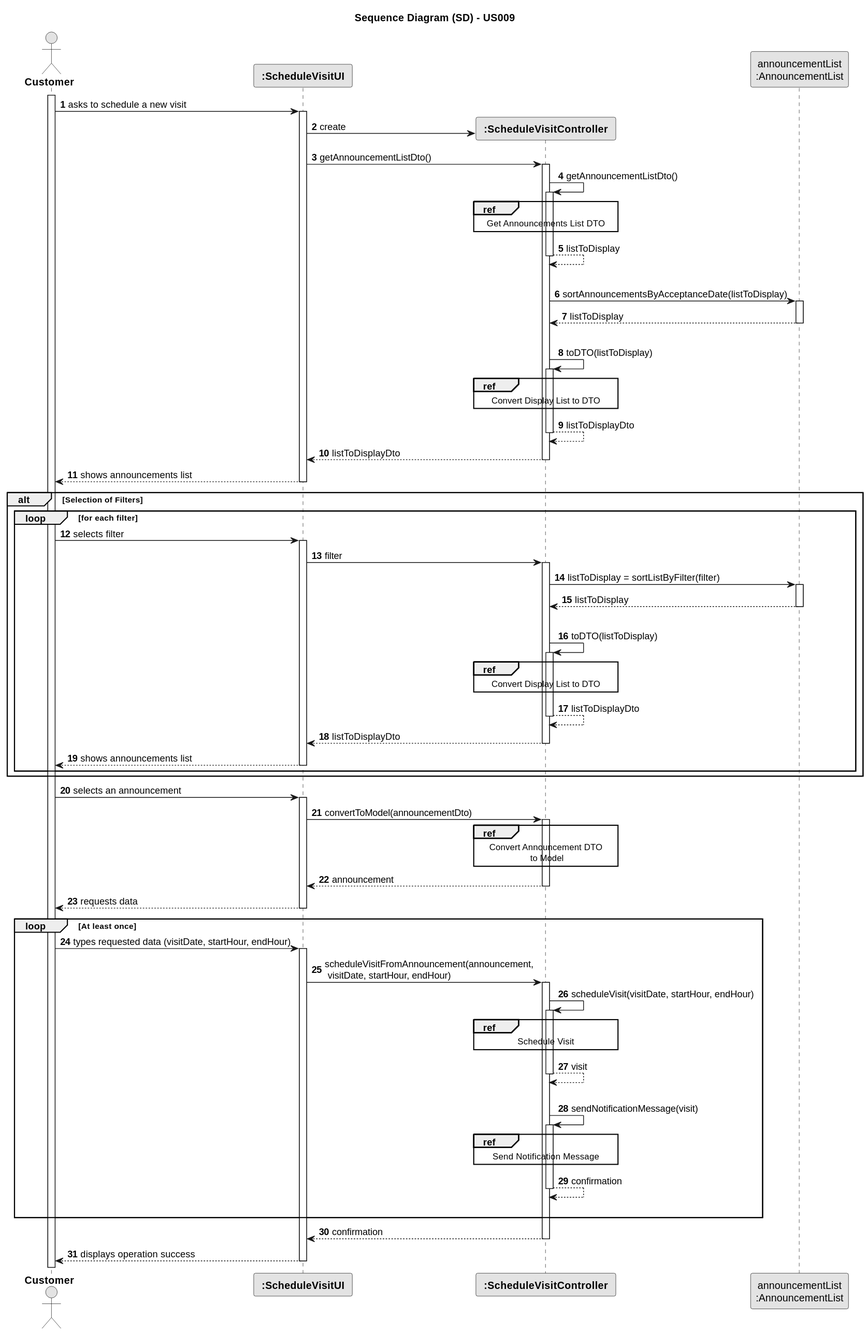
Before: docs/sprintC/us009/03.design/svg/us009-sequence-diagram-slip.svg, a diagram exported from PlantUML (rita-barbosa/LAPR2-2223). Source of this version:
```plantuml
@startuml
skinparam monochrome true
skinparam packageStyle rectangle
skinparam shadowing false

title Sequence Diagram (SD) - US009

autonumber

actor "<b> Customer </b>" as CTM
participant "<b> :ScheduleVisitUI </b>" as UI
participant "<b> :ScheduleVisitController </b>" as CTRL
participant "announcementList\n:AnnouncementList" as LISTCLASS

activate CTM

    CTM -> UI : asks to schedule a new visit
        activate UI

    UI -> CTRL** : create

    UI -> CTRL : getAnnouncementListDto()
        activate CTRL

    CTRL -> CTRL : getAnnouncementListDto()
    activate CTRL
            ref over CTRL
                Get Announcements List DTO
            end ref
        CTRL --> CTRL : listToDisplay
    deactivate CTRL
|||
    CTRL -> LISTCLASS : sortAnnouncementsByAcceptanceDate(listToDisplay)
    activate LISTCLASS

        LISTCLASS --> CTRL : listToDisplay
    deactivate LISTCLASS

|||
    CTRL -> CTRL : toDTO(listToDisplay)
    activate CTRL
            ref over CTRL
                Convert Display List to DTO
            end ref
        CTRL --> CTRL : listToDisplayDto
    deactivate CTRL

        CTRL --> UI : listToDisplayDto
    deactivate CTRL

        UI --> CTM : shows announcements list
    deactivate UI

    alt Selection of Filters

        loop for each filter
            CTM -> UI : selects filter
            activate UI

            UI -> CTRL : filter

            activate CTRL

                CTRL -> LISTCLASS : listToDisplay = sortListByFilter(filter)
                activate LISTCLASS

                    LISTCLASS --> CTRL : listToDisplay
                deactivate LISTCLASS

                |||
                    CTRL -> CTRL : toDTO(listToDisplay)
                    activate CTRL
                            ref over CTRL
                                Convert Display List to DTO
                            end ref
                        CTRL --> CTRL : listToDisplayDto
                    deactivate CTRL

                        CTRL --> UI : listToDisplayDto
                    deactivate CTRL

                        UI --> CTM : shows announcements list
                    deactivate UI

            deactivate CTRL



            deactivate UI



        end loop
    end alt

    CTM -> UI : selects an announcement
        activate UI

    UI -> CTRL : convertToModel(announcementDto)
    activate CTRL
        ref over CTRL
            Convert Announcement DTO
             to Model
        end ref

        CTRL --> UI : announcement
    deactivate CTRL

    UI --> CTM : requests data
        deactivate UI

    loop At least once
    CTM -> UI : types requested data (visitDate, startHour, endHour)
        activate UI

        UI -> CTRL : scheduleVisitFromAnnouncement(announcement,\n visitDate, startHour, endHour)

        activate CTRL

        CTRL -> CTRL : scheduleVisit(visitDate, startHour, endHour)
        activate CTRL

        ref over CTRL
            Schedule Visit
        end ref

            CTRL --> CTRL : visit
        deactivate CTRL
|||
    CTRL -> CTRL : sendNotificationMessage(visit)
        activate CTRL

        ref over CTRL
            Send Notification Message
        end ref

    CTRL --> CTRL : confirmation
    deactivate CTRL
    |||
    end loop

    CTRL --> UI : confirmation
    deactivate CTRL

    UI --> CTM : displays operation success
        deactivate UI
@enduml
```
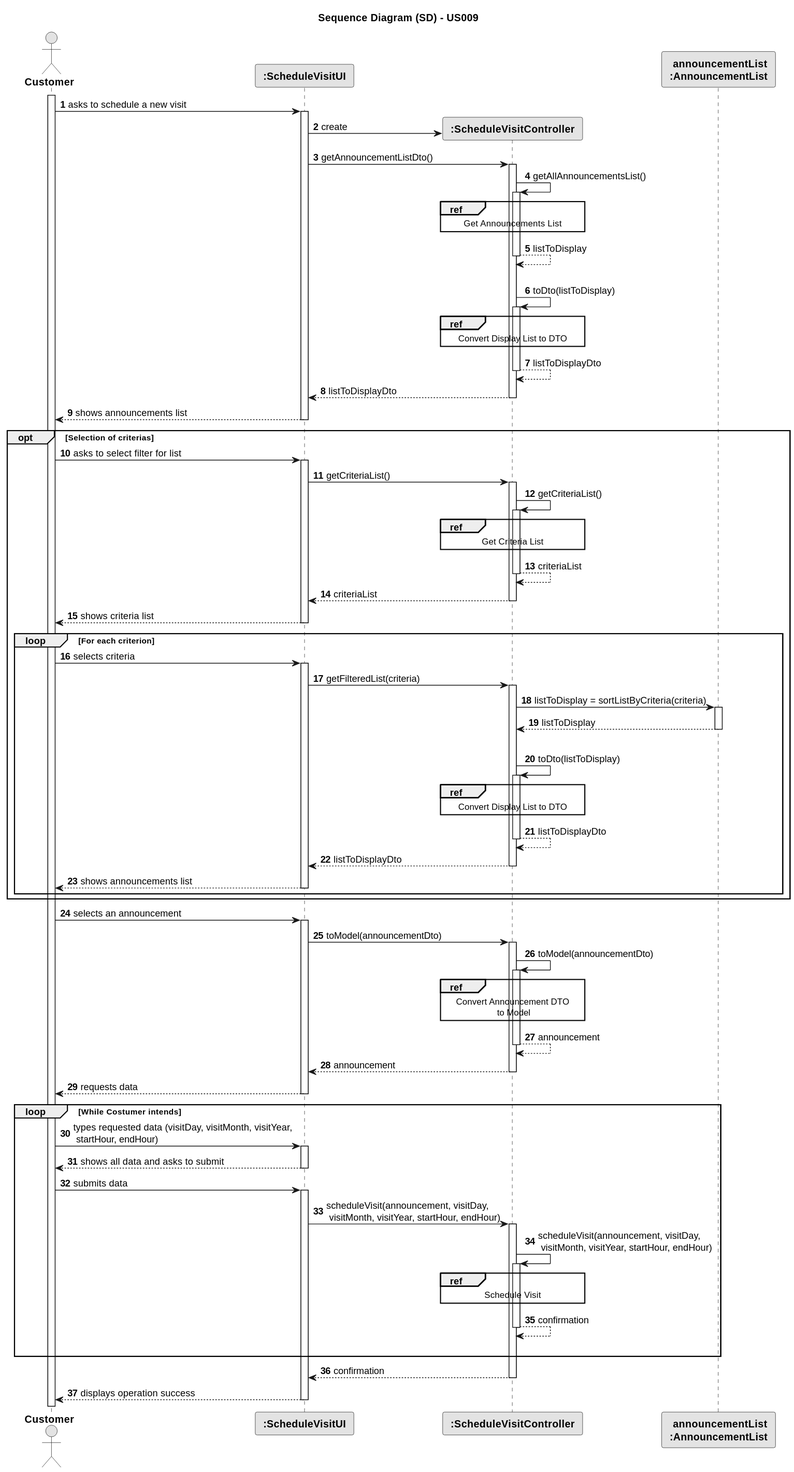
Later version of the same file.

The edit, as a diff of the source:
```diff
@@ -10,7 +10,7 @@
 actor "<b> Customer </b>" as CTM
 participant "<b> :ScheduleVisitUI </b>" as UI
 participant "<b> :ScheduleVisitController </b>" as CTRL
-participant "announcementList\n:AnnouncementList" as LISTCLASS
+participant "<b> announcementList</b>\n<b> :AnnouncementList </b>" as LISTCLASS
 
 activate CTM
 
@@ -22,22 +22,15 @@
     UI -> CTRL : getAnnouncementListDto()
         activate CTRL
 
-    CTRL -> CTRL : getAnnouncementListDto()
+    CTRL -> CTRL : getAllAnnouncementsList()
     activate CTRL
             ref over CTRL
-                Get Announcements List DTO
+                Get Announcements List
             end ref
         CTRL --> CTRL : listToDisplay
     deactivate CTRL
 |||
-    CTRL -> LISTCLASS : sortAnnouncementsByAcceptanceDate(listToDisplay)
-    activate LISTCLASS
-
-        LISTCLASS --> CTRL : listToDisplay
-    deactivate LISTCLASS
-
-|||
-    CTRL -> CTRL : toDTO(listToDisplay)
+    CTRL -> CTRL : toDto(listToDisplay)
     activate CTRL
             ref over CTRL
                 Convert Display List to DTO
@@ -51,24 +44,45 @@
         UI --> CTM : shows announcements list
     deactivate UI
 
-    alt Selection of Filters
+    opt Selection of criterias
 
-        loop for each filter
-            CTM -> UI : selects filter
+    CTM -> UI : asks to select filter for list
+    activate UI
+
+    UI -> CTRL : getCriteriaList()
+    activate CTRL
+       CTRL -> CTRL : getCriteriaList()
+        activate CTRL
+                ref over CTRL
+                    Get Criteria List
+                end ref
+            CTRL --> CTRL : criteriaList
+        deactivate CTRL
+
+    CTRL --> UI : criteriaList
+    deactivate CTRL
+
+    UI --> CTM : shows criteria list
+
+    deactivate UI
+
+        loop For each criterion
+
+            CTM -> UI : selects criteria
             activate UI
 
-            UI -> CTRL : filter
+            UI -> CTRL : getFilteredList(criteria)
 
             activate CTRL
 
-                CTRL -> LISTCLASS : listToDisplay = sortListByFilter(filter)
+                CTRL -> LISTCLASS : listToDisplay = sortListByCriteria(criteria)
                 activate LISTCLASS
 
                     LISTCLASS --> CTRL : listToDisplay
                 deactivate LISTCLASS
 
                 |||
-                    CTRL -> CTRL : toDTO(listToDisplay)
+                    CTRL -> CTRL : toDto(listToDisplay)
                     activate CTRL
                             ref over CTRL
                                 Convert Display List to DTO
@@ -84,24 +98,25 @@
 
             deactivate CTRL
 
-
-
             deactivate UI
 
-
-
         end loop
-    end alt
+    end opt
 
     CTM -> UI : selects an announcement
         activate UI
 
-    UI -> CTRL : convertToModel(announcementDto)
+    UI -> CTRL : toModel(announcementDto)
+    activate CTRL
+    CTRL -> CTRL : toModel(announcementDto)
     activate CTRL
         ref over CTRL
             Convert Announcement DTO
              to Model
         end ref
+
+    CTRL --> CTRL : announcement
+    deactivate CTRL
 
         CTRL --> UI : announcement
     deactivate CTRL
@@ -109,33 +124,29 @@
     UI --> CTM : requests data
         deactivate UI
 
-    loop At least once
-    CTM -> UI : types requested data (visitDate, startHour, endHour)
+    loop While Costumer intends
+    CTM -> UI : types requested data (visitDay, visitMonth, visitYear,\n startHour, endHour)
         activate UI
 
-        UI -> CTRL : scheduleVisitFromAnnouncement(announcement,\n visitDate, startHour, endHour)
+    UI --> CTM : shows all data and asks to submit
+    deactivate UI
+
+    CTM -> UI : submits data
+    activate UI
+
+        UI -> CTRL : scheduleVisit(announcement, visitDay,\n visitMonth, visitYear, startHour, endHour)
 
         activate CTRL
 
-        CTRL -> CTRL : scheduleVisit(visitDate, startHour, endHour)
+        CTRL -> CTRL : scheduleVisit(announcement, visitDay,\n visitMonth, visitYear, startHour, endHour)
         activate CTRL
 
         ref over CTRL
             Schedule Visit
         end ref
 
-            CTRL --> CTRL : visit
+            CTRL --> CTRL : confirmation
         deactivate CTRL
-|||
-    CTRL -> CTRL : sendNotificationMessage(visit)
-        activate CTRL
-
-        ref over CTRL
-            Send Notification Message
-        end ref
-
-    CTRL --> CTRL : confirmation
-    deactivate CTRL
     |||
     end loop
 
```
